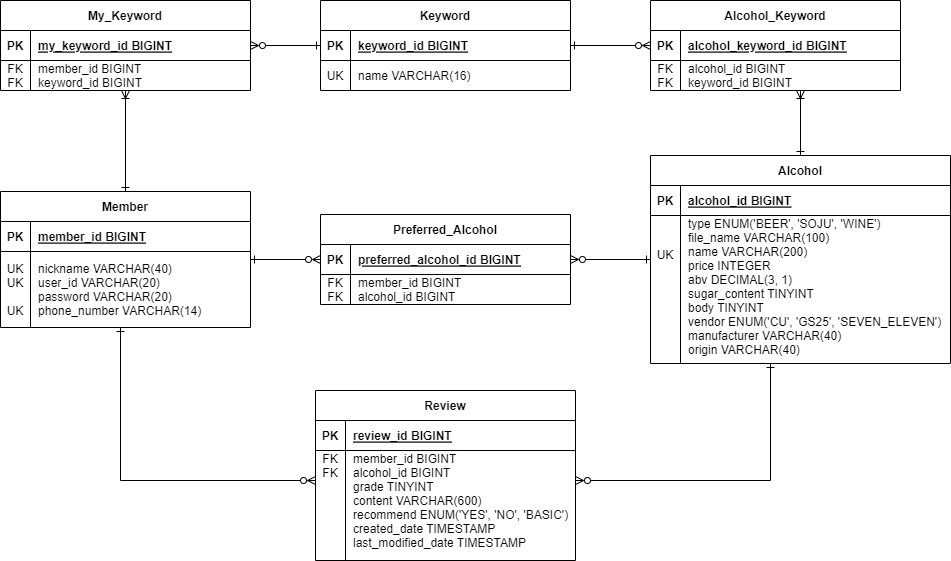
Above: pyeonsool-table.png in great-sprout/PyeonSool (draw.io), before the change. Source tidied: cells renumbered, new cells last; positions are measured from the earlier drawing's top-left corner, leaving out a move shared by most shapes.
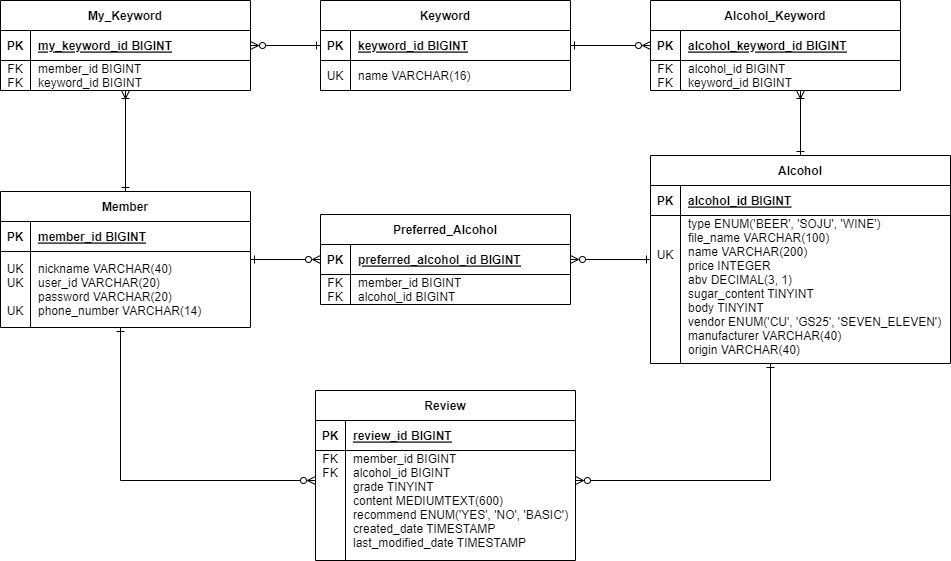
The same file after the commit.

Commit message:
docs: content필드 자료형 변경

The edit, as a diff of the source:
```diff
@@ -55,7 +55,7 @@
     <mxCell id="16" value="FK&#10;FK&#10;&#10;&#10;&#10;&#10;&#10;" style="shape=partialRectangle;overflow=hidden;fillColor=none;top=0;left=0;bottom=0;right=0;" parent="15" vertex="1">
       <mxGeometry width="30" height="110" as="geometry" />
     </mxCell>
-    <mxCell id="17" value="member_id BIGINT&#10;alcohol_id BIGINT&#10;grade TINYINT&#10;content VARCHAR(600)&#10;recommend ENUM('YES', 'NO', 'BASIC')&#10;created_date TIMESTAMP&#10;last_modified_date TIMESTAMP&#10;" style="shape=partialRectangle;overflow=hidden;fillColor=none;top=0;left=0;bottom=0;right=0;align=left;spacingLeft=6;" parent="15" vertex="1">
+    <mxCell id="17" value="member_id BIGINT&#10;alcohol_id BIGINT&#10;grade TINYINT&#10;content MEDIUMTEXT(600)&#10;recommend ENUM('YES', 'NO', 'BASIC')&#10;created_date TIMESTAMP&#10;last_modified_date TIMESTAMP&#10;" style="shape=partialRectangle;overflow=hidden;fillColor=none;top=0;left=0;bottom=0;right=0;align=left;spacingLeft=6;" parent="15" vertex="1">
       <mxGeometry x="30" width="230" height="110" as="geometry" />
     </mxCell>
     <mxCell id="18" value="Member" style="shape=table;startSize=30;rowLines=0;fontStyle=1;align=center;" parent="1" vertex="1">
```
